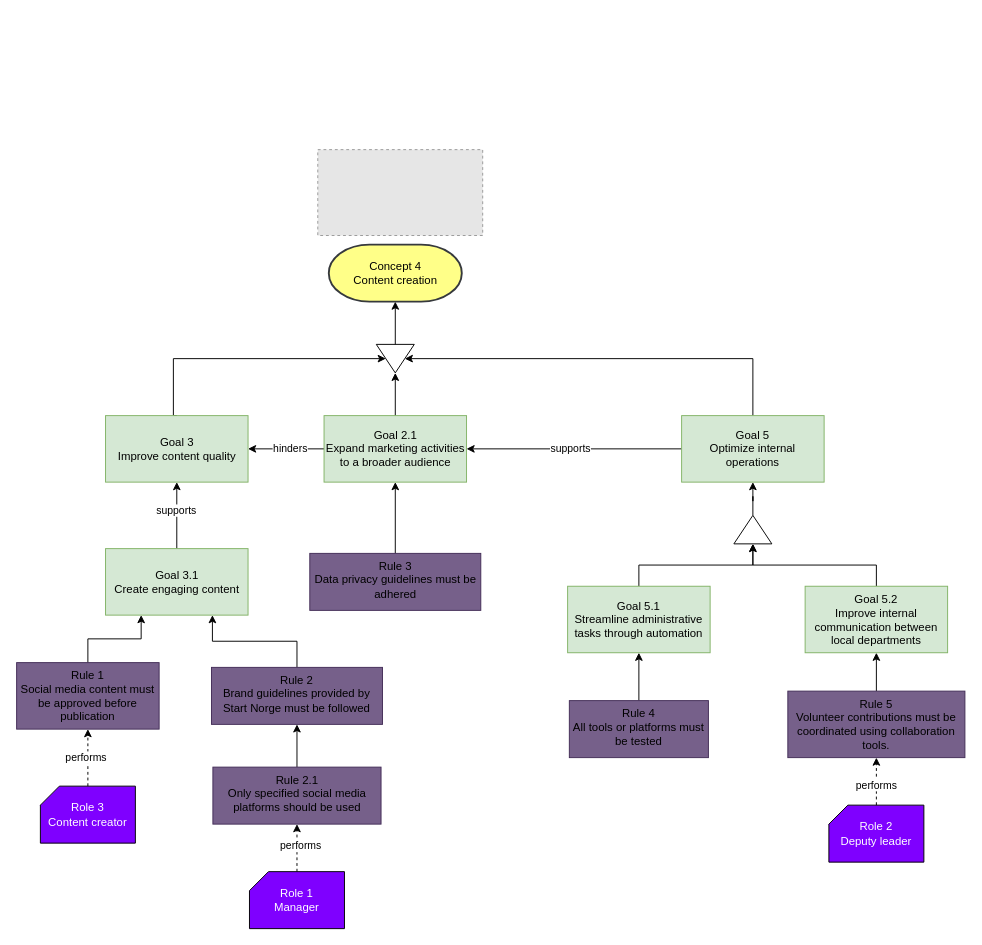
Earlier version of the draw.io diagram business_role_model.drawio (marhjoh/TDT4252-Enterprise-Architecture-for-Enterprise-Innovation). Source tidied: cells renumbered, new cells numbered last; positions are measured from the earlier drawing's top-left corner, leaving out a move shared by most shapes. Both pictures are drawn from the tidied source at 95%, with x=0, y=0 at pixel (16, 149). Pictures stored in the file or linked from it are replaced by grey dashed boxes.
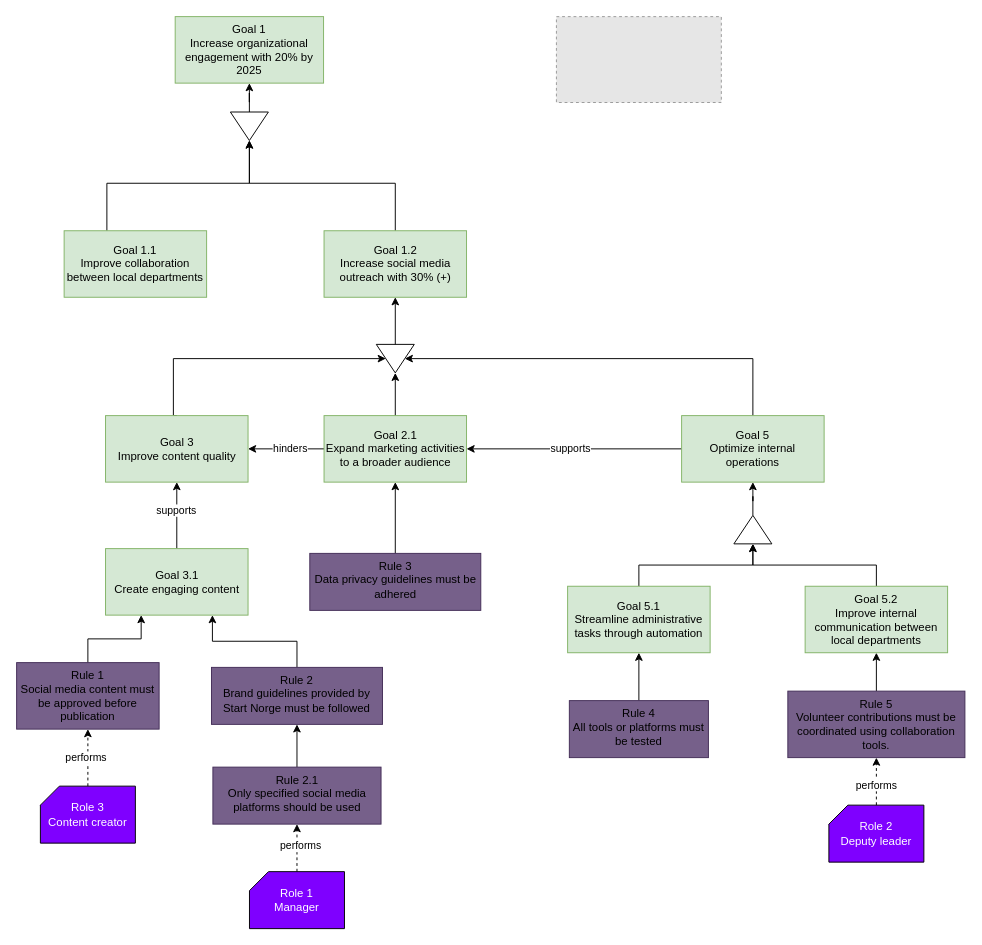
After the change.

The change refers to these unchanged cells:
```xml
<mxCell id="37" style="triangle;whiteSpace=wrap;html=1;rotation=90;" parent="1" vertex="1">
  <mxGeometry x="383.6" y="200" width="30" height="40" as="geometry" />
</mxCell>
```

What changed in the source:
```diff
@@
     <mxCell id="2" style="fillColor=#E6E6E6;strokeColor=#999999;dashed=1;verticalLabelPosition=bottom;verticalAlign=top;" parent="1" vertex="1">
-      <mxGeometry x="317" width="173.6" height="90.4" as="geometry" />
+      <mxGeometry x="568.2" y="-140" width="173.6" height="90.4" as="geometry" />
     </mxCell>
@@
-    <mxCell id="36" value="&lt;div&gt;Concept 4&lt;/div&gt;Content creation" style="strokeWidth=2;html=1;shape=mxgraph.flowchart.terminator;whiteSpace=wrap;fillColor=#ffff88;strokeColor=#36393d;" parent="1" vertex="1">
-      <mxGeometry x="328.6" y="100" width="140" height="60" as="geometry" />
-    </mxCell>
@@
-    <mxCell id="38" style="edgeStyle=orthogonalEdgeStyle;rounded=0;jettySize=auto;html=1;entryX=0.5;entryY=1;entryDx=0;entryDy=0;entryPerimeter=0;" parent="1" edge="1" source="37" target="36">
+    <mxCell id="38" style="edgeStyle=orthogonalEdgeStyle;rounded=0;jettySize=auto;html=1;entryX=0.5;entryY=1;entryDx=0;entryDy=0;" parent="1" edge="1" source="37" target="47">
       <mxGeometry relative="1" as="geometry" />
     </mxCell>
@@
+    <mxCell id="46" style="edgeStyle=orthogonalEdgeStyle;rounded=0;jettySize=auto;html=1;entryX=1;entryY=0.5;entryDx=0;entryDy=0;" parent="1" edge="1" source="47" target="52">
+      <mxGeometry relative="1" as="geometry">
+        <Array as="points">
+          <mxPoint x="399" y="35.4" />
+          <mxPoint x="245" y="35.4" />
+        </Array>
+      </mxGeometry>
+    </mxCell>
+    <mxCell id="47" value="&lt;div&gt;Goal 1.2&lt;/div&gt;&lt;div&gt;Increase social media outreach with 30% (+)&lt;/div&gt;" style="rounded=0;whiteSpace=wrap;html=1;fillColor=#d5e8d4;strokeColor=#82b366;" parent="1" vertex="1">
+      <mxGeometry x="323.6" y="85.4" width="150" height="70" as="geometry" />
+    </mxCell>
+    <mxCell id="48" style="edgeStyle=orthogonalEdgeStyle;rounded=0;jettySize=auto;html=1;entryX=1;entryY=0.5;entryDx=0;entryDy=0;" parent="1" edge="1" source="49" target="52">
+      <mxGeometry relative="1" as="geometry">
+        <Array as="points">
+          <mxPoint x="95" y="35.4" />
+          <mxPoint x="245" y="35.4" />
+        </Array>
+      </mxGeometry>
+    </mxCell>
+    <mxCell id="49" value="Goal 1.1&lt;div&gt;Improve collaboration between local departments&lt;/div&gt;" style="rounded=0;whiteSpace=wrap;html=1;fillColor=#d5e8d4;strokeColor=#82b366;" parent="1" vertex="1">
+      <mxGeometry x="50" y="85.4" width="150" height="70" as="geometry" />
+    </mxCell>
+    <mxCell id="50" value="&lt;div&gt;Goal 1&lt;/div&gt;Increase organizational engagement with 20% by 2025" style="whiteSpace=wrap;html=1;fillColor=#d5e8d4;strokeColor=#82b366;" parent="1" vertex="1">
+      <mxGeometry x="166.9" y="-140" width="156.2" height="70" as="geometry" />
+    </mxCell>
+    <mxCell id="51" style="edgeStyle=orthogonalEdgeStyle;rounded=0;jettySize=auto;html=1;" parent="1" edge="1" source="52" target="50">
+      <mxGeometry relative="1" as="geometry" />
+    </mxCell>
+    <mxCell id="52" style="triangle;whiteSpace=wrap;html=1;rotation=90;" parent="1" vertex="1">
+      <mxGeometry x="230" y="-44.6" width="30" height="40" as="geometry" />
+    </mxCell>
```
